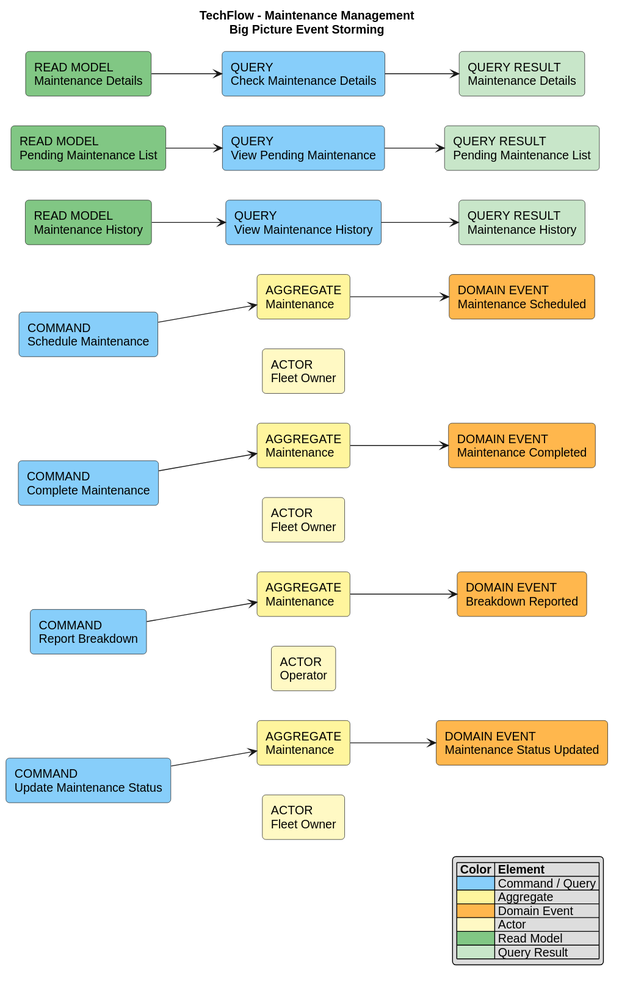
This is assets/architecture/event-storming-rendered/maintenance-management-design-level.svg from TechnoLoad-TechFlow/TechFlow, a PlantUML export, as it was before one commit. Its diagram source:
```plantuml
@startuml
title TechFlow - Maintenance Management\nBig Picture Event Storming

left to right direction
skinparam shadowing false
skinparam roundcorner 8
skinparam defaultFontName Arial


rectangle "COMMAND\nSchedule Maintenance" as CMD_SCHEDULE #87CEFA
rectangle "AGGREGATE\nMaintenance" as AGG_SCHEDULE #FFF59D
rectangle "ACTOR\nFleet Owner" as ACT_SCHEDULE #FFF9C4
rectangle "COMMAND\nComplete Maintenance" as CMD_COMPLETE #87CEFA
rectangle "AGGREGATE\nMaintenance" as AGG_COMPLETE #FFF59D
rectangle "ACTOR\nFleet Owner" as ACT_COMPLETE #FFF9C4
rectangle "COMMAND\nReport Breakdown" as CMD_BREAKDOWN #87CEFA
rectangle "AGGREGATE\nMaintenance" as AGG_BREAKDOWN #FFF59D
rectangle "ACTOR\nOperator" as ACT_BREAKDOWN #FFF9C4
rectangle "COMMAND\nUpdate Maintenance Status" as CMD_UPDATE_STATUS #87CEFA
rectangle "AGGREGATE\nMaintenance" as AGG_UPDATE_STATUS #FFF59D
rectangle "ACTOR\nFleet Owner" as ACT_UPDATE_STATUS #FFF9C4

rectangle "DOMAIN EVENT\nMaintenance Scheduled" as EVT_SCHEDULED #FFB74D
rectangle "DOMAIN EVENT\nMaintenance Completed" as EVT_COMPLETED #FFB74D
rectangle "DOMAIN EVENT\nBreakdown Reported" as EVT_BREAKDOWN #FFB74D
rectangle "DOMAIN EVENT\nMaintenance Status Updated" as EVT_STATUS_UPDATED #FFB74D

rectangle "READ MODEL\nMaintenance History" as READ_HISTORY #81C784
rectangle "QUERY\nView Maintenance History" as QUERY_HISTORY #87CEFA
rectangle "QUERY RESULT\nMaintenance History" as RESULT_HISTORY #C8E6C9

rectangle "READ MODEL\nPending Maintenance List" as READ_PENDING #81C784
rectangle "QUERY\nView Pending Maintenance" as QUERY_PENDING #87CEFA
rectangle "QUERY RESULT\nPending Maintenance List" as RESULT_PENDING #C8E6C9

rectangle "READ MODEL\nMaintenance Details" as READ_DETAILS #81C784
rectangle "QUERY\nCheck Maintenance Details" as QUERY_DETAILS #87CEFA
rectangle "QUERY RESULT\nMaintenance Details" as RESULT_DETAILS #C8E6C9


CMD_SCHEDULE --> AGG_SCHEDULE
AGG_SCHEDULE --> EVT_SCHEDULED
ACT_SCHEDULE -[hidden]up-> CMD_SCHEDULE

CMD_COMPLETE --> AGG_COMPLETE
AGG_COMPLETE --> EVT_COMPLETED
ACT_COMPLETE -[hidden]up-> CMD_COMPLETE

CMD_BREAKDOWN --> AGG_BREAKDOWN
AGG_BREAKDOWN --> EVT_BREAKDOWN
ACT_BREAKDOWN -[hidden]up-> CMD_BREAKDOWN

CMD_UPDATE_STATUS --> AGG_UPDATE_STATUS
AGG_UPDATE_STATUS --> EVT_STATUS_UPDATED
ACT_UPDATE_STATUS -[hidden]up-> CMD_UPDATE_STATUS


READ_HISTORY --> QUERY_HISTORY
QUERY_HISTORY --> RESULT_HISTORY
READ_PENDING --> QUERY_PENDING
QUERY_PENDING --> RESULT_PENDING
READ_DETAILS --> QUERY_DETAILS
QUERY_DETAILS --> RESULT_DETAILS

legend right
|= Color |= Element |
|<#87CEFA>| Command / Query |
|<#FFF59D>| Aggregate |
|<#FFB74D>| Domain Event |
|<#FFF9C4>| Actor |
|<#81C784>| Read Model |
|<#C8E6C9>| Query Result |
endlegend
@enduml
```
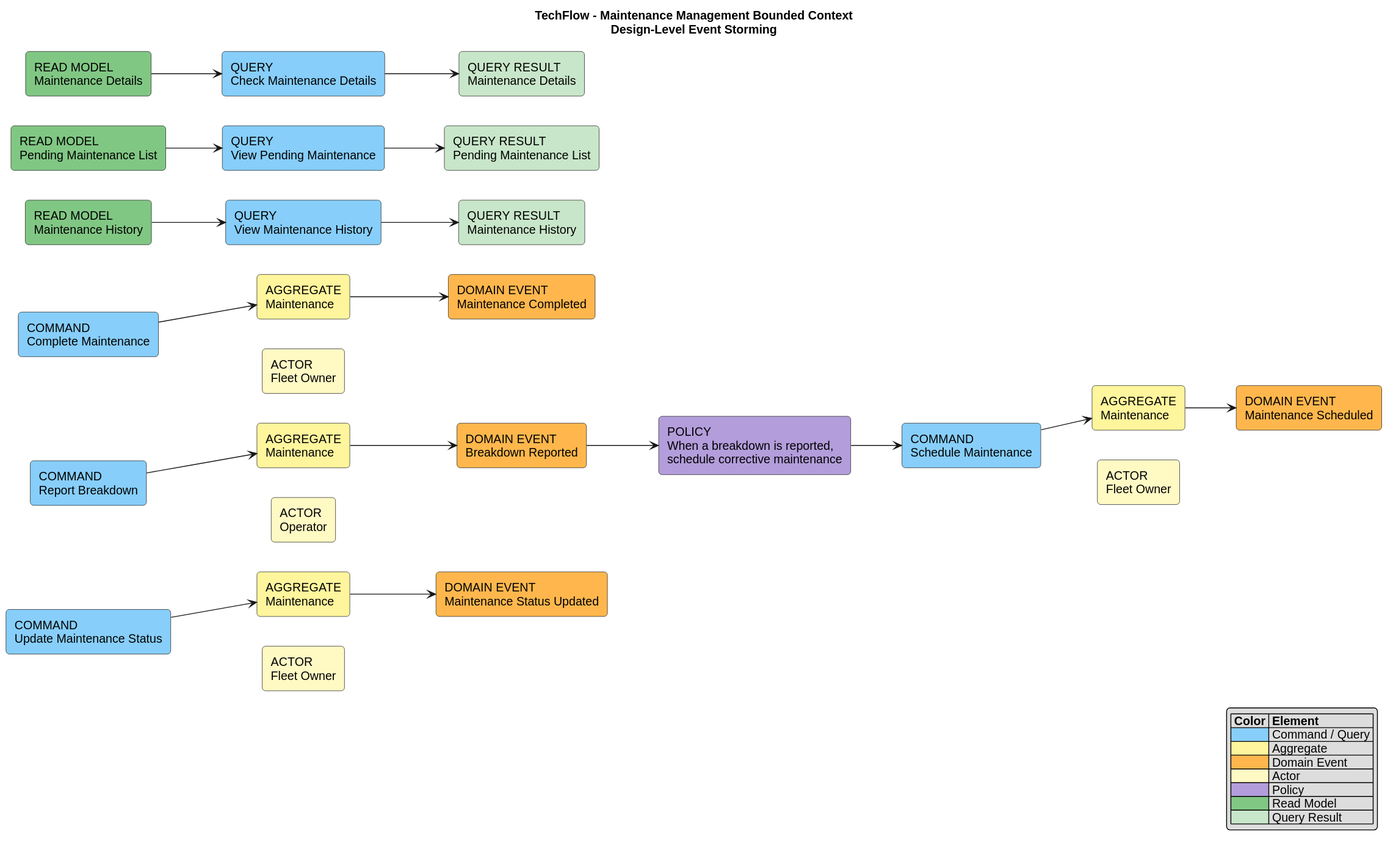
After the commit.

The edit, as a diff of the source:
```diff
@@ -1,5 +1,5 @@
 @startuml
-title TechFlow - Maintenance Management\nBig Picture Event Storming
+title TechFlow - Maintenance Management Bounded Context\nDesign-Level Event Storming
 
 left to right direction
 skinparam shadowing false
@@ -24,6 +24,8 @@
 rectangle "DOMAIN EVENT\nMaintenance Completed" as EVT_COMPLETED #FFB74D
 rectangle "DOMAIN EVENT\nBreakdown Reported" as EVT_BREAKDOWN #FFB74D
 rectangle "DOMAIN EVENT\nMaintenance Status Updated" as EVT_STATUS_UPDATED #FFB74D
+
+rectangle "POLICY\nWhen a breakdown is reported,\nschedule corrective maintenance" as POL_CORRECTIVE_MAINTENANCE #B39DDB
 
 rectangle "READ MODEL\nMaintenance History" as READ_HISTORY #81C784
 rectangle "QUERY\nView Maintenance History" as QUERY_HISTORY #87CEFA
@@ -54,6 +56,9 @@
 AGG_UPDATE_STATUS --> EVT_STATUS_UPDATED
 ACT_UPDATE_STATUS -[hidden]up-> CMD_UPDATE_STATUS
 
+EVT_BREAKDOWN --> POL_CORRECTIVE_MAINTENANCE
+POL_CORRECTIVE_MAINTENANCE --> CMD_SCHEDULE
+
 
 READ_HISTORY --> QUERY_HISTORY
 QUERY_HISTORY --> RESULT_HISTORY
@@ -68,6 +73,7 @@
 |<#FFF59D>| Aggregate |
 |<#FFB74D>| Domain Event |
 |<#FFF9C4>| Actor |
+|<#B39DDB>| Policy |
 |<#81C784>| Read Model |
 |<#C8E6C9>| Query Result |
 endlegend
```
